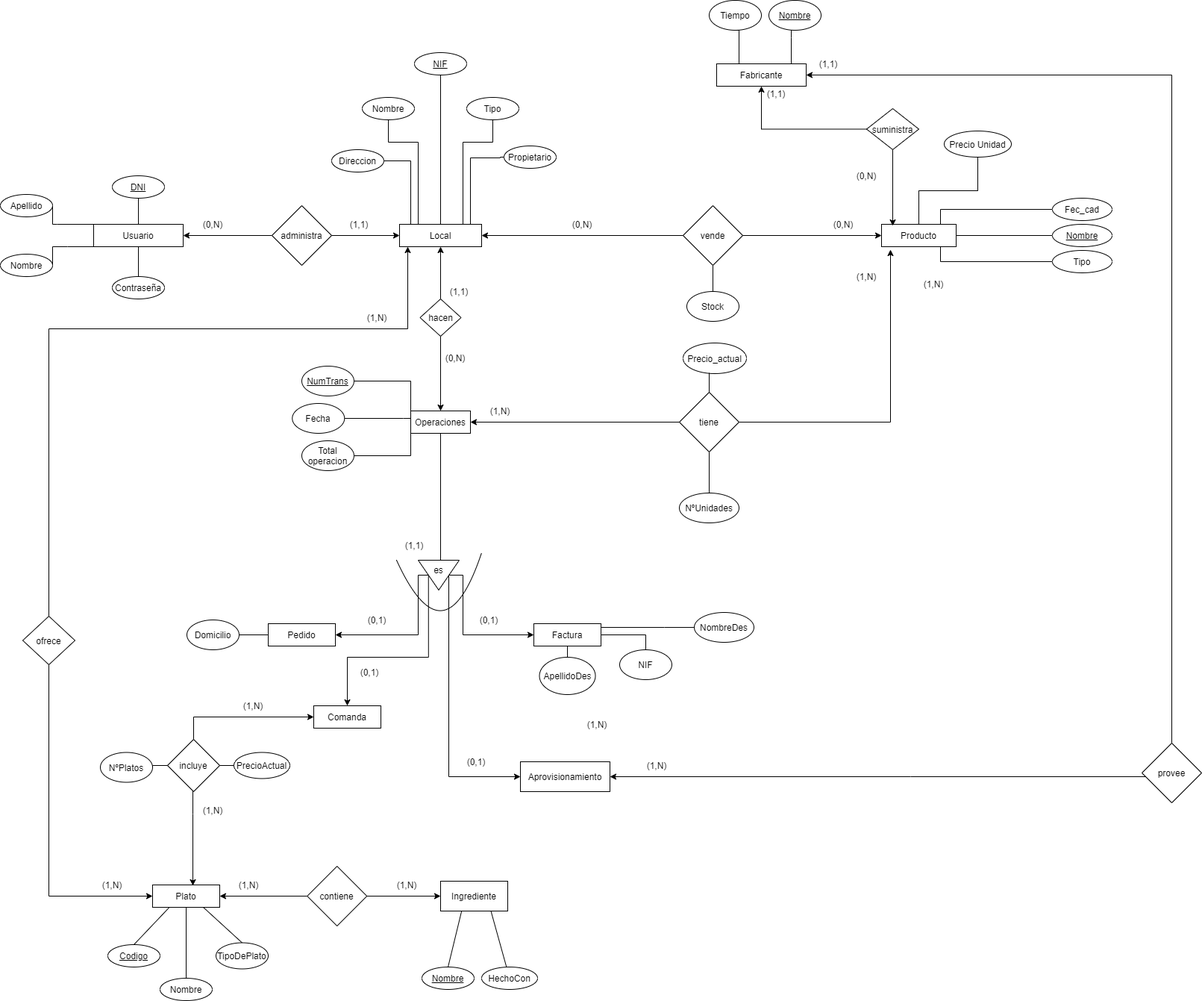
Earlier version of the draw.io export Entidad-Relacion 0.1.png (oier-elorrieta/R3-JOEL-MIKEL-UNAI-DDBB). Source tidied: cells renumbered, new cells last; positions are measured from the earlier drawing's top-left corner, leaving out a move shared by most shapes.
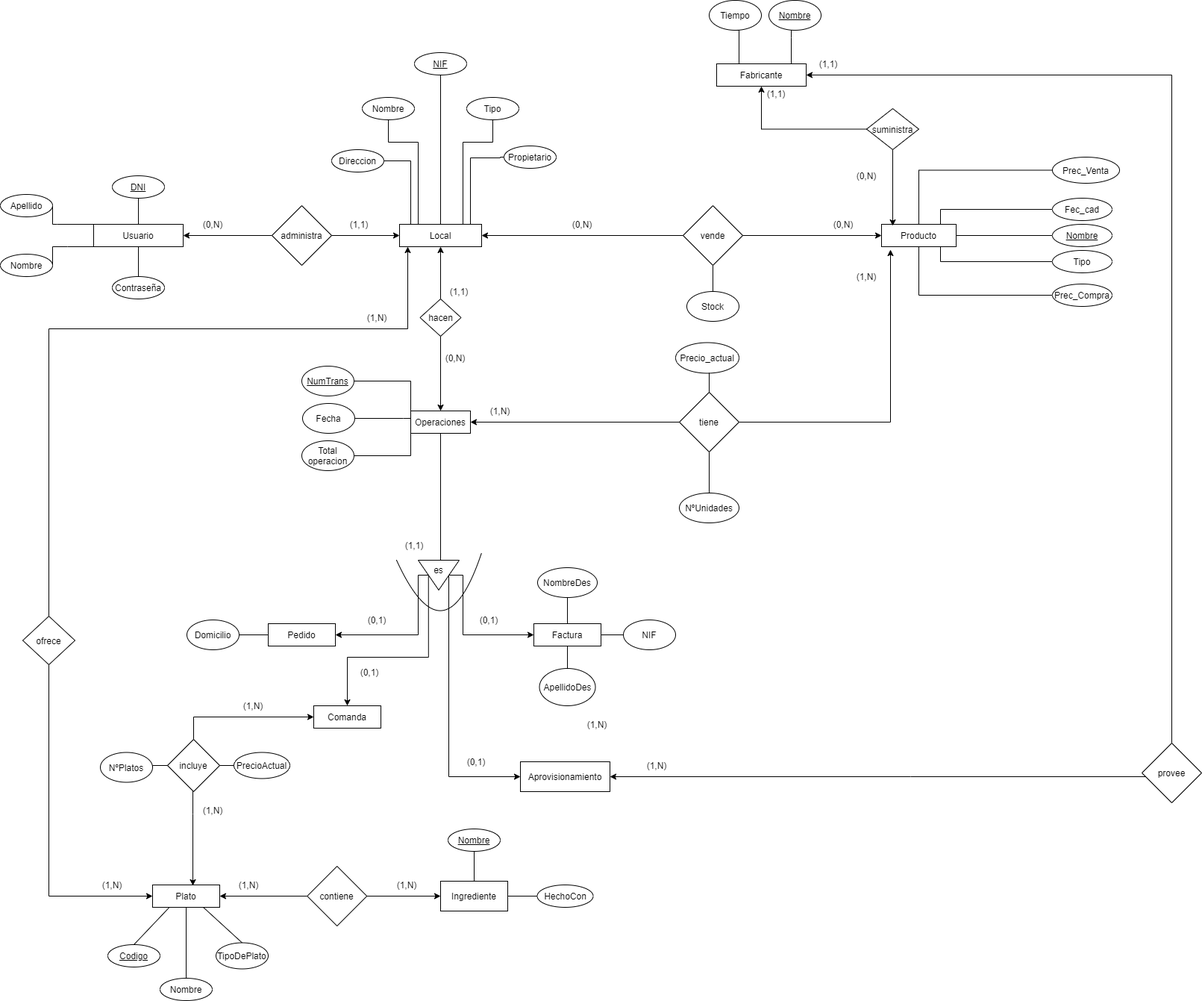
The same diagram one commit later.

Diff of the diagram source:
```diff
@@ -111,9 +111,6 @@
         <mxPoint x="1225" y="310" as="targetPoint" />
       </mxGeometry>
     </mxCell>
-    <mxCell id="27" style="edgeStyle=orthogonalEdgeStyle;rounded=0;jettySize=auto;html=1;startArrow=none;startFill=0;endArrow=none;endFill=0;" parent="1" edge="1" source="31" target="42">
-      <mxGeometry relative="1" as="geometry" />
-    </mxCell>
     <mxCell id="28" style="edgeStyle=orthogonalEdgeStyle;rounded=0;jettySize=auto;html=1;startArrow=none;startFill=0;endArrow=none;endFill=0;exitX=0.75;exitY=1;exitDx=0;exitDy=0;entryX=0;entryY=0.5;entryDx=0;entryDy=0;" parent="1" edge="1" source="31" target="39">
       <mxGeometry relative="1" as="geometry">
         <Array as="points">
@@ -132,6 +129,9 @@
         </Array>
       </mxGeometry>
     </mxCell>
+    <mxCell id="139" style="edgeStyle=orthogonalEdgeStyle;rounded=0;jettySize=auto;html=1;exitX=0.5;exitY=1;exitDx=0;exitDy=0;entryX=0;entryY=0.5;entryDx=0;entryDy=0;endArrow=none;endFill=0;" parent="1" edge="1" source="31" target="142">
+      <mxGeometry relative="1" as="geometry" />
+    </mxCell>
     <mxCell id="31" value="Producto" style="rounded=0;whiteSpace=wrap;html=1;glass=0;shadow=0;sketch=0;" parent="1" vertex="1">
       <mxGeometry x="1181" y="300" width="100" height="30" as="geometry" />
     </mxCell>
@@ -170,8 +170,8 @@
     <mxCell id="41" style="edgeStyle=orthogonalEdgeStyle;rounded=0;jettySize=auto;html=1;endArrow=none;endFill=0;" parent="1" edge="1" source="42" target="31">
       <mxGeometry relative="1" as="geometry" />
     </mxCell>
-    <mxCell id="42" value="Precio Unidad" style="ellipse;whiteSpace=wrap;html=1;rounded=0;shadow=0;glass=0;sketch=0;" parent="1" vertex="1">
-      <mxGeometry x="1265" y="175" width="90" height="35" as="geometry" />
+    <mxCell id="42" value="Prec_Venta" style="ellipse;whiteSpace=wrap;html=1;rounded=0;shadow=0;glass=0;sketch=0;" parent="1" vertex="1">
+      <mxGeometry x="1410" y="210" width="90" height="35" as="geometry" />
     </mxCell>
     <mxCell id="43" value="Tiempo" style="ellipse;whiteSpace=wrap;html=1;" parent="1" vertex="1">
       <mxGeometry x="950" width="70" height="40" as="geometry" />
@@ -227,7 +227,7 @@
       <mxGeometry x="404" y="590" width="70" height="40" as="geometry" />
     </mxCell>
     <mxCell id="57" value="Precio_actual" style="ellipse;whiteSpace=wrap;html=1;" parent="1" vertex="1">
-      <mxGeometry x="915" y="459" width="85" height="41" as="geometry" />
+      <mxGeometry x="905" y="458.5" width="85" height="41" as="geometry" />
     </mxCell>
     <mxCell id="58" style="edgeStyle=orthogonalEdgeStyle;rounded=0;jettySize=auto;html=1;exitX=0.5;exitY=1;exitDx=0;exitDy=0;entryX=1;entryY=0.5;entryDx=0;entryDy=0;" parent="1" edge="1" source="62" target="68">
       <mxGeometry relative="1" as="geometry">
@@ -266,13 +266,6 @@
     <mxCell id="63" style="edgeStyle=orthogonalEdgeStyle;rounded=0;jettySize=auto;html=1;endArrow=none;endFill=0;" parent="1" edge="1" source="66" target="73">
       <mxGeometry relative="1" as="geometry" />
     </mxCell>
-    <mxCell id="64" style="edgeStyle=orthogonalEdgeStyle;rounded=0;jettySize=auto;html=1;entryX=0.5;entryY=0.5;entryDx=0;entryDy=0;entryPerimeter=0;" parent="1" edge="1" source="66" target="72">
-      <mxGeometry relative="1" as="geometry">
-        <Array as="points">
-          <mxPoint x="890" y="840" />
-        </Array>
-      </mxGeometry>
-    </mxCell>
     <mxCell id="65" style="edgeStyle=orthogonalEdgeStyle;rounded=0;jettySize=auto;html=1;endArrow=none;endFill=0;" parent="1" edge="1" source="66" target="69">
       <mxGeometry relative="1" as="geometry" />
     </mxCell>
@@ -286,7 +279,7 @@
       <mxGeometry x="359" y="835" width="90" height="30" as="geometry" />
     </mxCell>
     <mxCell id="69" value="NIF" style="ellipse;whiteSpace=wrap;html=1;" parent="1" vertex="1">
-      <mxGeometry x="830" y="870" width="70" height="40" as="geometry" />
+      <mxGeometry x="835" y="830" width="70" height="40" as="geometry" />
     </mxCell>
     <mxCell id="70" value="Domicilio" style="ellipse;whiteSpace=wrap;html=1;" parent="1" vertex="1">
       <mxGeometry x="250" y="830" width="70" height="40" as="geometry" />
@@ -301,10 +294,10 @@
       </mxGeometry>
     </mxCell>
     <mxCell id="72" value="NombreDes" style="ellipse;whiteSpace=wrap;html=1;" parent="1" vertex="1">
-      <mxGeometry x="930" y="820" width="80" height="40" as="geometry" />
+      <mxGeometry x="720" y="760" width="80" height="40" as="geometry" />
     </mxCell>
     <mxCell id="73" value="ApellidoDes" style="ellipse;whiteSpace=wrap;html=1;" parent="1" vertex="1">
-      <mxGeometry x="722.5" y="880" width="75" height="50" as="geometry" />
+      <mxGeometry x="722.5" y="895" width="75" height="50" as="geometry" />
     </mxCell>
     <mxCell id="74" value="(1,1)" style="text;html=1;strokeColor=none;fillColor=none;align=center;verticalAlign=middle;whiteSpace=wrap;rounded=0;" parent="1" vertex="1">
       <mxGeometry x="595" y="380" width="40" height="20" as="geometry" />
@@ -337,7 +330,7 @@
       </mxGeometry>
     </mxCell>
     <mxCell id="82" value="Fecha" style="ellipse;whiteSpace=wrap;html=1;" parent="1" vertex="1">
-      <mxGeometry x="391.2" y="540" width="70" height="40" as="geometry" />
+      <mxGeometry x="405" y="540" width="70" height="40" as="geometry" />
     </mxCell>
     <mxCell id="83" style="edgeStyle=orthogonalEdgeStyle;rounded=0;jettySize=auto;html=1;exitX=0.5;exitY=1;exitDx=0;exitDy=0;endArrow=none;endFill=0;entryX=0;entryY=0.5;entryDx=0;entryDy=0;" parent="1" edge="1" source="51" target="62">
       <mxGeometry relative="1" as="geometry">
@@ -419,9 +412,6 @@
     <mxCell id="103" value="(1,1)" style="text;html=1;strokeColor=none;fillColor=none;align=center;verticalAlign=middle;whiteSpace=wrap;rounded=0;shadow=0;glass=0;sketch=0;" parent="1" vertex="1">
       <mxGeometry x="1090" y="70" width="40" height="30" as="geometry" />
     </mxCell>
-    <mxCell id="104" value="(1,N)" style="text;html=1;strokeColor=none;fillColor=none;align=center;verticalAlign=middle;whiteSpace=wrap;rounded=0;" parent="1" vertex="1">
-      <mxGeometry x="1231" y="370" width="40" height="20" as="geometry" />
-    </mxCell>
     <mxCell id="105" value="(1,N)" style="text;html=1;strokeColor=none;fillColor=none;align=center;verticalAlign=middle;whiteSpace=wrap;rounded=0;" parent="1" vertex="1">
       <mxGeometry x="780" y="960" width="40" height="20" as="geometry" />
     </mxCell>
@@ -477,7 +467,7 @@
     <mxCell id="120" value="(1,N)" style="text;html=1;strokeColor=none;fillColor=none;align=center;verticalAlign=middle;whiteSpace=wrap;rounded=0;" parent="1" vertex="1">
       <mxGeometry x="319" y="935" width="40" height="20" as="geometry" />
     </mxCell>
-    <mxCell id="121" style="edgeStyle=orthogonalEdgeStyle;rounded=0;jettySize=auto;html=1;entryX=1;entryY=0.5;entryDx=0;entryDy=0;" parent="1" edge="1" source="123" target="109">
+    <mxCell id="121" style="edgeStyle=orthogonalEdgeStyle;rounded=0;jettySize=auto;html=1;entryX=1;entryY=0.5;entryDx=0;entryDy=0;exitX=0;exitY=0.5;exitDx=0;exitDy=0;" parent="1" edge="1" source="123" target="109">
       <mxGeometry relative="1" as="geometry" />
     </mxCell>
     <mxCell id="122" style="edgeStyle=orthogonalEdgeStyle;rounded=0;jettySize=auto;html=1;entryX=0;entryY=0.5;entryDx=0;entryDy=0;" parent="1" edge="1" source="123" target="130">
@@ -486,16 +476,16 @@
     <mxCell id="123" value="contiene" style="rhombus;whiteSpace=wrap;html=1;" parent="1" vertex="1">
       <mxGeometry x="411.2" y="1160" width="80" height="80" as="geometry" />
     </mxCell>
-    <mxCell id="124" style="rounded=0;jettySize=auto;html=1;endArrow=none;endFill=0;entryX=0.5;entryY=0;entryDx=0;entryDy=0;" parent="1" edge="1" target="126">
-      <mxGeometry relative="1" as="geometry">
-        <mxPoint x="618.8" y="1217.5" as="sourcePoint" />
-      </mxGeometry>
-    </mxCell>
-    <mxCell id="125" style="rounded=0;jettySize=auto;html=1;endArrow=none;endFill=0;exitX=0.75;exitY=1;exitDx=0;exitDy=0;" parent="1" edge="1" source="130" target="132">
+    <mxCell id="125" style="rounded=0;jettySize=auto;html=1;endArrow=none;endFill=0;exitX=1;exitY=0.5;exitDx=0;exitDy=0;" parent="1" edge="1" source="130" target="132">
       <mxGeometry relative="1" as="geometry" />
     </mxCell>
+    <mxCell id="140" style="edgeStyle=orthogonalEdgeStyle;rounded=0;jettySize=auto;html=1;exitX=0.5;exitY=1;exitDx=0;exitDy=0;" parent="1" edge="1" source="126">
+      <mxGeometry relative="1" as="geometry">
+        <mxPoint x="635.1" y="1119.6" as="targetPoint" />
+      </mxGeometry>
+    </mxCell>
     <mxCell id="126" value="&lt;u&gt;Nombre&lt;/u&gt;" style="ellipse;whiteSpace=wrap;html=1;" parent="1" vertex="1">
-      <mxGeometry x="565" y="1295" width="70" height="30" as="geometry" />
+      <mxGeometry x="600" y="1110" width="70" height="30" as="geometry" />
     </mxCell>
     <mxCell id="127" value="(1,N)" style="text;html=1;strokeColor=none;fillColor=none;align=center;verticalAlign=middle;whiteSpace=wrap;rounded=0;" parent="1" vertex="1">
       <mxGeometry x="130" y="1175" width="40" height="20" as="geometry" />
@@ -513,7 +503,7 @@
       <mxGeometry x="134" y="1007.5" width="70" height="40" as="geometry" />
     </mxCell>
     <mxCell id="132" value="HechoCon" style="ellipse;whiteSpace=wrap;html=1;" parent="1" vertex="1">
-      <mxGeometry x="645" y="1295" width="75" height="30" as="geometry" />
+      <mxGeometry x="719.5" y="1185" width="75" height="30" as="geometry" />
     </mxCell>
     <mxCell id="133" style="edgeStyle=orthogonalEdgeStyle;rounded=0;jettySize=auto;html=1;entryX=0;entryY=0.5;entryDx=0;entryDy=0;" parent="1" edge="1" source="136" target="109">
       <mxGeometry relative="1" as="geometry">
@@ -542,5 +532,14 @@
     <mxCell id="138" value="(1,N)" style="text;html=1;strokeColor=none;fillColor=none;align=center;verticalAlign=middle;whiteSpace=wrap;rounded=0;" parent="1" vertex="1">
       <mxGeometry x="265" y="1075" width="40" height="20" as="geometry" />
     </mxCell>
+    <mxCell id="141" style="endArrow=none;html=1;entryX=0.5;entryY=1;entryDx=0;entryDy=0;exitX=0.5;exitY=0;exitDx=0;exitDy=0;" parent="1" edge="1" source="130" target="126">
+      <mxGeometry relative="1" as="geometry" />
+    </mxCell>
+    <mxCell id="64" style="endArrow=none;html=1;entryX=0.5;entryY=1;entryDx=0;entryDy=0;exitX=0.5;exitY=0;exitDx=0;exitDy=0;" parent="1" edge="1" source="66" target="72">
+      <mxGeometry relative="1" as="geometry" />
+    </mxCell>
+    <mxCell id="142" value="Prec_Compra" style="ellipse;whiteSpace=wrap;html=1;rounded=0;shadow=0;glass=0;sketch=0;" parent="1" vertex="1">
+      <mxGeometry x="1410" y="380" width="80" height="30" as="geometry" />
+    </mxCell>
   </root>
 </mxGraphModel>
```
